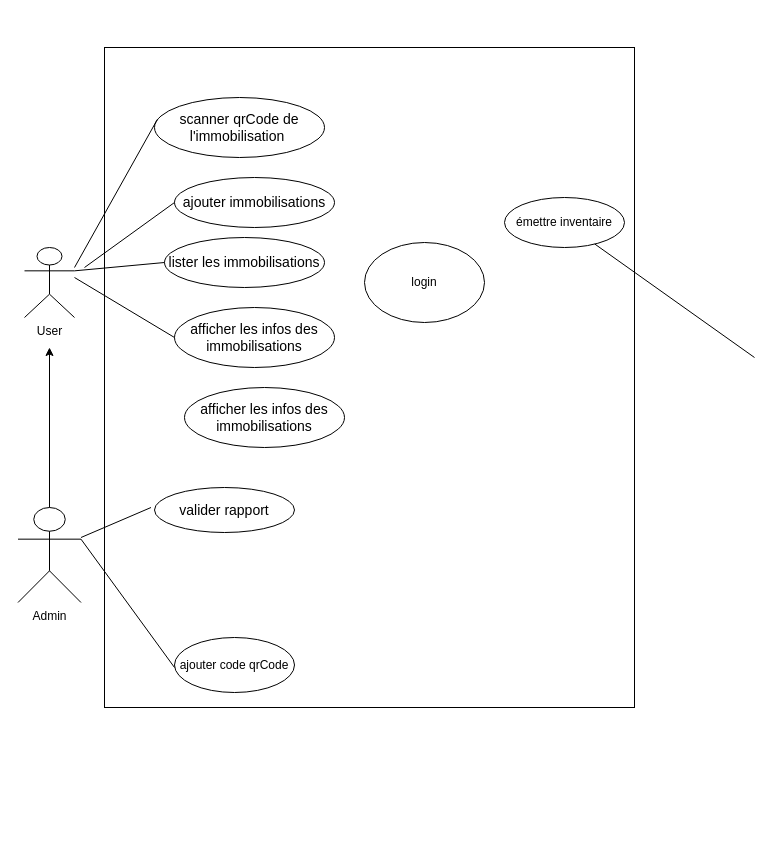
The draw.io diagram page "Page-1" (1 of 2) of Diagramme cas d'utilisation.drawio in Joahnne-25/Folder_Diagramme-soutenance, before the edit. Source tidied: cells renumbered, new cells numbered last; positions are measured from the earlier drawing's top-left corner, leaving out a move shared by most shapes. Both pictures are drawn from the tidied source at 100%, with x=0, y=0 at pixel (18, 47).
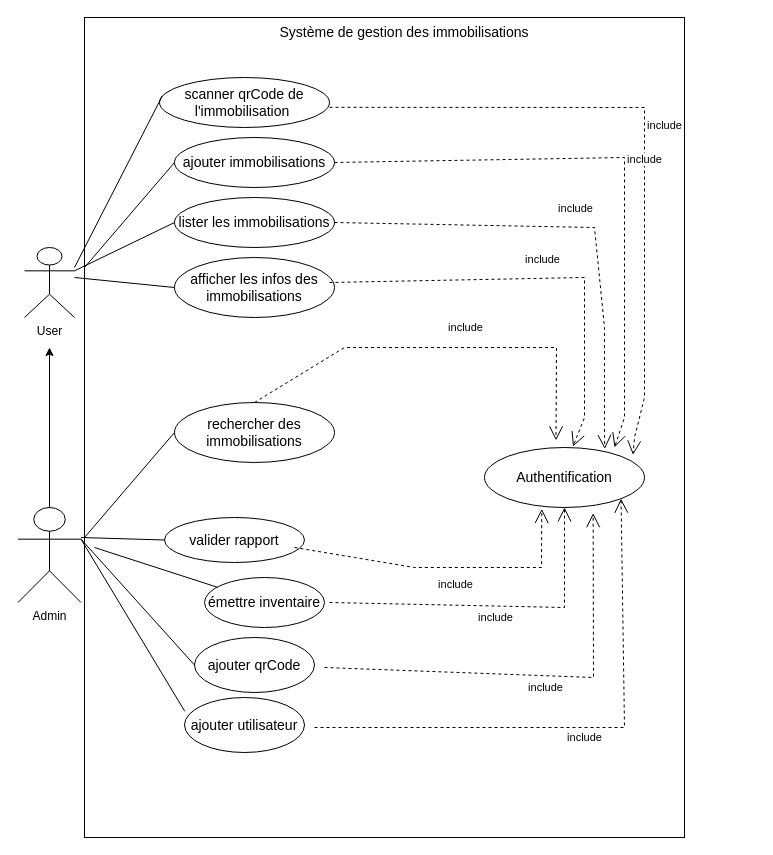
The same page after the edit.

Commit message:
Mis à jour des relations include Diagramme cas d'utilisation.drawio

The change refers to these unchanged cells:
```xml
<mxCell id="4" value="Admin" style="shape=umlActor;verticalLabelPosition=bottom;verticalAlign=top;html=1;" parent="1" vertex="1">
  <mxGeometry x="-0.5" y="460" width="63" height="95" as="geometry" />
</mxCell>
```

The edit, as a diff of the source:
```diff
@@
     <mxCell id="2" style="rounded=0;whiteSpace=wrap;html=1;" parent="1" vertex="1">
-      <mxGeometry x="86" width="530" height="660" as="geometry" />
+      <mxGeometry x="66" y="-30" width="600" height="820" as="geometry" />
     </mxCell>
@@
     <mxCell id="5" value="&lt;font style=&quot;font-size: 14px;&quot;&gt;scanner qrCode de l'immobilisation&amp;nbsp;&lt;/font&gt;" style="ellipse;whiteSpace=wrap;html=1;" parent="1" vertex="1">
-      <mxGeometry x="136" y="50" width="170" height="60" as="geometry" />
+      <mxGeometry x="141" y="30" width="170" height="50" as="geometry" />
     </mxCell>
     <mxCell id="6" value="&lt;font style=&quot;font-size: 14px;&quot;&gt;afficher les infos des immobilisations&lt;/font&gt;" style="ellipse;whiteSpace=wrap;html=1;" parent="1" vertex="1">
-      <mxGeometry x="156" y="260" width="160" height="60" as="geometry" />
+      <mxGeometry x="156" y="210" width="160" height="60" as="geometry" />
     </mxCell>
     <mxCell id="7" value="&lt;font style=&quot;font-size: 14px;&quot;&gt;ajouter immobilisations&lt;/font&gt;" style="ellipse;whiteSpace=wrap;html=1;" parent="1" vertex="1">
-      <mxGeometry x="156" y="130" width="160" height="50" as="geometry" />
+      <mxGeometry x="156" y="90" width="160" height="50" as="geometry" />
     </mxCell>
-    <mxCell id="8" value="émettre inventaire" style="ellipse;whiteSpace=wrap;html=1;" parent="1" vertex="1">
-      <mxGeometry x="486" y="150" width="120" height="50" as="geometry" />
+    <mxCell id="8" value="&lt;font style=&quot;font-size: 14px;&quot;&gt;émettre inventaire&lt;/font&gt;" style="ellipse;whiteSpace=wrap;html=1;" parent="1" vertex="1">
+      <mxGeometry x="186" y="530" width="120" height="50" as="geometry" />
     </mxCell>
-    <mxCell id="9" value="ajouter code qrCode" style="ellipse;whiteSpace=wrap;html=1;" parent="1" vertex="1">
-      <mxGeometry x="156" y="590" width="120" height="55" as="geometry" />
+    <mxCell id="9" value="&lt;font style=&quot;font-size: 14px;&quot;&gt;ajouter qrCode&lt;/font&gt;" style="ellipse;whiteSpace=wrap;html=1;" parent="1" vertex="1">
+      <mxGeometry x="176" y="590" width="120" height="55" as="geometry" />
     </mxCell>
     <mxCell id="10" value="&lt;font style=&quot;font-size: 14px;&quot;&gt;lister les immobilisations&lt;/font&gt;" style="ellipse;whiteSpace=wrap;html=1;" parent="1" vertex="1">
-      <mxGeometry x="146" y="190" width="160" height="50" as="geometry" />
+      <mxGeometry x="156" y="150" width="160" height="50" as="geometry" />
     </mxCell>
-    <mxCell id="11" value="login" style="ellipse;whiteSpace=wrap;html=1;" parent="1" vertex="1">
-      <mxGeometry x="346" y="195" width="120" height="80" as="geometry" />
-    </mxCell>
     <mxCell id="12" value="&lt;font style=&quot;font-size: 14px;&quot;&gt;valider rapport&lt;/font&gt;" style="ellipse;whiteSpace=wrap;html=1;" parent="1" vertex="1">
-      <mxGeometry x="136" y="440" width="140" height="45" as="geometry" />
+      <mxGeometry x="146" y="470" width="140" height="45" as="geometry" />
     </mxCell>
@@
     <mxCell id="17" style="endArrow=none;html=1;rounded=0;" parent="1" edge="1" source="8">
       <mxGeometry relative="1" as="geometry">
-        <mxPoint x="736" y="310" as="targetPoint" />
+        <mxPoint x="76" y="500" as="targetPoint" />
       </mxGeometry>
     </mxCell>
@@
-    <mxCell id="19" style="endArrow=none;html=1;rounded=0;exitX=1;exitY=0.3333333333333333;exitDx=0;exitDy=0;exitPerimeter=0;" parent="1" edge="1" source="4">
-      <mxGeometry relative="1" as="geometry">
-        <mxPoint x="156" y="620" as="targetPoint" />
-        <Array as="points">
-          <mxPoint x="156" y="620" />
-        </Array>
-      </mxGeometry>
+    <mxCell id="19" style="endArrow=none;html=1;rounded=0;exitX=1;exitY=0.3333333333333333;exitDx=0;exitDy=0;exitPerimeter=0;entryX=0;entryY=0.5;entryDx=0;entryDy=0;" parent="1" edge="1" source="4" target="9">
+      <mxGeometry relative="1" as="geometry" />
     </mxCell>
-    <mxCell id="20" value="&lt;font style=&quot;font-size: 14px;&quot;&gt;afficher les infos des immobilisations&lt;/font&gt;" style="ellipse;whiteSpace=wrap;html=1;" parent="1" vertex="1">
-      <mxGeometry x="166" y="340" width="160" height="60" as="geometry" />
+    <mxCell id="20" value="&lt;font style=&quot;font-size: 14px;&quot;&gt;rechercher des immobilisations&lt;/font&gt;" style="ellipse;whiteSpace=wrap;html=1;" parent="1" vertex="1">
+      <mxGeometry x="156" y="355" width="160" height="60" as="geometry" />
     </mxCell>
-    <mxCell id="21" style="endArrow=none;html=1;rounded=0;" parent="1" edge="1">
+    <mxCell id="21" style="endArrow=none;html=1;rounded=0;entryX=0;entryY=0.5;entryDx=0;entryDy=0;" parent="1" edge="1" target="12">
       <mxGeometry relative="1" as="geometry">
         <mxPoint x="62.5" y="490" as="sourcePoint" />
-        <mxPoint x="132.5" y="460" as="targetPoint" />
       </mxGeometry>
     </mxCell>
+    <mxCell id="22" value="include" style="endArrow=open;endSize=12;dashed=1;html=1;rounded=0;entryX=0.928;entryY=0.122;entryDx=0;entryDy=0;entryPerimeter=0;" parent="1" edge="1" target="11">
+      <mxGeometry y="20" relative="1" as="geometry">
+        <mxPoint x="311" y="59.8" as="sourcePoint" />
+        <Array as="points">
+          <mxPoint x="626" y="60" />
+          <mxPoint x="626" y="150" />
+          <mxPoint x="626" y="300" />
+          <mxPoint x="626" y="350" />
+          <mxPoint x="616" y="390" />
+        </Array>
+        <mxPoint y="1" as="offset" />
+      </mxGeometry>
+    </mxCell>
+    <mxCell id="11" value="&lt;font style=&quot;font-size: 14px;&quot;&gt;Authentification&lt;/font&gt;" style="ellipse;whiteSpace=wrap;html=1;" parent="1" vertex="1">
+      <mxGeometry x="466" y="400" width="160" height="60" as="geometry" />
+    </mxCell>
+    <mxCell id="23" value="include" style="endArrow=open;endSize=12;dashed=1;html=1;rounded=0;exitX=1;exitY=0.5;exitDx=0;exitDy=0;" parent="1" edge="1" source="7">
+      <mxGeometry y="20" relative="1" as="geometry">
+        <mxPoint x="596" y="400" as="targetPoint" />
+        <Array as="points">
+          <mxPoint x="606" y="110" />
+          <mxPoint x="606" y="190" />
+          <mxPoint x="606" y="270" />
+          <mxPoint x="606" y="310" />
+          <mxPoint x="606" y="340" />
+          <mxPoint x="606" y="370" />
+          <mxPoint x="596" y="400" />
+        </Array>
+        <mxPoint y="1" as="offset" />
+      </mxGeometry>
+    </mxCell>
+    <mxCell id="24" value="&lt;font style=&quot;font-size: 14px;&quot;&gt;ajouter utilisateur&lt;/font&gt;" style="ellipse;whiteSpace=wrap;html=1;" parent="1" vertex="1">
+      <mxGeometry x="166" y="650" width="120" height="55" as="geometry" />
+    </mxCell>
+    <mxCell id="25" style="endArrow=none;html=1;rounded=0;exitX=1;exitY=0.3333333333333333;exitDx=0;exitDy=0;exitPerimeter=0;entryX=0.002;entryY=0.25;entryDx=0;entryDy=0;entryPerimeter=0;" parent="1" edge="1" source="4" target="24">
+      <mxGeometry relative="1" as="geometry" />
+    </mxCell>
+    <mxCell id="26" value="include" style="endArrow=open;endSize=12;dashed=1;html=1;rounded=0;exitX=1;exitY=0.5;exitDx=0;exitDy=0;entryX=0.752;entryY=0.024;entryDx=0;entryDy=0;entryPerimeter=0;" parent="1" edge="1" source="10" target="11">
+      <mxGeometry y="20" relative="1" as="geometry">
+        <Array as="points">
+          <mxPoint x="576" y="180" />
+          <mxPoint x="586" y="280" />
+          <mxPoint x="586" y="370" />
+          <mxPoint x="586" y="390" />
+        </Array>
+        <mxPoint y="1" as="offset" />
+      </mxGeometry>
+    </mxCell>
+    <mxCell id="27" value="include" style="endArrow=open;endSize=12;dashed=1;html=1;rounded=0;exitX=1;exitY=0.5;exitDx=0;exitDy=0;entryX=0.553;entryY=-0.016;entryDx=0;entryDy=0;entryPerimeter=0;" parent="1" edge="1" target="11">
+      <mxGeometry y="20" relative="1" as="geometry">
+        <mxPoint x="311" y="235" as="sourcePoint" />
+        <Array as="points">
+          <mxPoint x="566" y="230" />
+          <mxPoint x="566" y="310" />
+          <mxPoint x="566" y="370" />
+        </Array>
+        <mxPoint y="1" as="offset" />
+      </mxGeometry>
+    </mxCell>
+    <mxCell id="28" style="endArrow=none;html=1;rounded=0;" parent="1" edge="1">
+      <mxGeometry relative="1" as="geometry">
+        <mxPoint x="66" y="490" as="sourcePoint" />
+        <mxPoint x="156" y="385" as="targetPoint" />
+      </mxGeometry>
+    </mxCell>
+    <mxCell id="29" value="include" style="endArrow=open;endSize=12;dashed=1;html=1;rounded=0;entryX=1;entryY=1;entryDx=0;entryDy=0;" parent="1" edge="1" target="11">
+      <mxGeometry y="-10" relative="1" as="geometry">
+        <mxPoint x="296" y="680" as="sourcePoint" />
+        <Array as="points">
+          <mxPoint x="606" y="680" />
+        </Array>
+        <mxPoint x="1" as="offset" />
+      </mxGeometry>
+    </mxCell>
+    <mxCell id="30" value="include" style="endArrow=open;endSize=12;dashed=1;html=1;rounded=0;entryX=0.679;entryY=1.095;entryDx=0;entryDy=0;entryPerimeter=0;" parent="1" edge="1" target="11">
+      <mxGeometry x="0.02" y="-12" relative="1" as="geometry">
+        <mxPoint x="306" y="620" as="sourcePoint" />
+        <Array as="points">
+          <mxPoint x="575" y="630" />
+        </Array>
+        <mxPoint x="1" as="offset" />
+      </mxGeometry>
+    </mxCell>
+    <mxCell id="31" value="include" style="endArrow=open;endSize=12;dashed=1;html=1;rounded=0;entryX=0.5;entryY=1;entryDx=0;entryDy=0;" parent="1" edge="1" target="11">
+      <mxGeometry x="-0.01" y="-11" relative="1" as="geometry">
+        <mxPoint x="311" y="555" as="sourcePoint" />
+        <Array as="points">
+          <mxPoint x="546" y="560" />
+        </Array>
+      </mxGeometry>
+    </mxCell>
+    <mxCell id="32" value="include" style="endArrow=open;endSize=12;dashed=1;html=1;rounded=0;entryX=0.358;entryY=1.024;entryDx=0;entryDy=0;entryPerimeter=0;" parent="1" edge="1" target="11">
+      <mxGeometry x="0.06" y="-17" relative="1" as="geometry">
+        <mxPoint x="276" y="500" as="sourcePoint" />
+        <Array as="points">
+          <mxPoint x="336" y="510" />
+          <mxPoint x="396" y="520" />
+          <mxPoint x="523" y="520" />
+        </Array>
+      </mxGeometry>
+    </mxCell>
+    <mxCell id="33" value="include" style="endArrow=open;endSize=12;dashed=1;html=1;rounded=0;exitX=0.5;exitY=0;exitDx=0;exitDy=0;entryX=0.447;entryY=-0.119;entryDx=0;entryDy=0;entryPerimeter=0;" parent="1" edge="1" source="20" target="11">
+      <mxGeometry x="0.1" y="20" relative="1" as="geometry">
+        <Array as="points">
+          <mxPoint x="326" y="300" />
+          <mxPoint x="538" y="300" />
+        </Array>
+      </mxGeometry>
+    </mxCell>
+    <mxCell id="34" value="&lt;font style=&quot;font-size: 14px;&quot;&gt;Système de gestion des immobilisations&lt;/font&gt;" style="text;strokeColor=none;align=center;fillColor=none;html=1;verticalAlign=middle;whiteSpace=wrap;rounded=0;" parent="1" vertex="1">
+      <mxGeometry x="236" y="-30" width="300" height="30" as="geometry" />
+    </mxCell>
```
